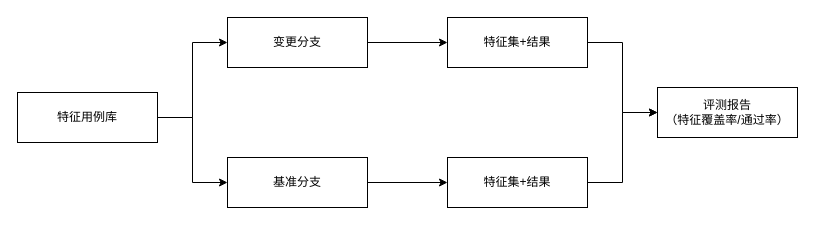
Before: 结果评测.drawio in heyrry/draw.io, a draw.io diagram. Source tidied: cells renumbered, new cells numbered last; positions are measured from the earlier drawing's top-left corner, leaving out a move shared by most shapes. Both pictures are drawn from the tidied source at 100%, with x=0, y=0 at pixel (17, 17).
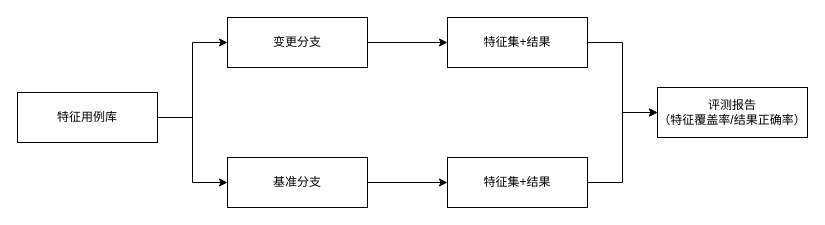
Above is the later version.

Commit message:
更新结果评测.drawio

The edit, as a diff of the source:
```diff
@@
 <mxGraphModel>
   <root>
     <mxCell id="0" />
     <mxCell id="1" parent="0" />
     <mxCell id="2" style="edgeStyle=orthogonalEdgeStyle;rounded=0;jettySize=auto;html=1;exitX=1;exitY=0.5;exitDx=0;exitDy=0;entryX=0;entryY=0.5;entryDx=0;entryDy=0;" parent="1" edge="1" source="3" target="10">
       <mxGeometry relative="1" as="geometry" />
     </mxCell>
     <mxCell id="3" value="变更分支" style="rounded=0;whiteSpace=wrap;html=1;fillColor=none;" parent="1" vertex="1">
       <mxGeometry x="210" width="140" height="50" as="geometry" />
     </mxCell>
     <mxCell id="4" style="edgeStyle=orthogonalEdgeStyle;rounded=0;jettySize=auto;html=1;exitX=1;exitY=0.5;exitDx=0;exitDy=0;entryX=0;entryY=0.5;entryDx=0;entryDy=0;" parent="1" edge="1" source="5" target="12">
       <mxGeometry relative="1" as="geometry" />
     </mxCell>
     <mxCell id="5" value="基准分支" style="rounded=0;whiteSpace=wrap;html=1;fillColor=none;" parent="1" vertex="1">
       <mxGeometry x="210" y="140" width="140" height="50" as="geometry" />
     </mxCell>
     <mxCell id="6" style="edgeStyle=orthogonalEdgeStyle;rounded=0;jettySize=auto;html=1;exitX=1;exitY=0.5;exitDx=0;exitDy=0;entryX=0;entryY=0.5;entryDx=0;entryDy=0;" parent="1" edge="1" source="8" target="3">
       <mxGeometry relative="1" as="geometry" />
     </mxCell>
     <mxCell id="7" style="edgeStyle=orthogonalEdgeStyle;rounded=0;jettySize=auto;html=1;exitX=1;exitY=0.5;exitDx=0;exitDy=0;entryX=0;entryY=0.5;entryDx=0;entryDy=0;" parent="1" edge="1" source="8" target="5">
       <mxGeometry relative="1" as="geometry" />
     </mxCell>
     <mxCell id="8" value="特征用例库" style="rounded=0;whiteSpace=wrap;html=1;fillColor=none;" parent="1" vertex="1">
       <mxGeometry y="75" width="140" height="50" as="geometry" />
     </mxCell>
     <mxCell id="9" style="edgeStyle=orthogonalEdgeStyle;rounded=0;jettySize=auto;html=1;exitX=1;exitY=0.5;exitDx=0;exitDy=0;entryX=0;entryY=0.5;entryDx=0;entryDy=0;" parent="1" edge="1" source="10" target="13">
       <mxGeometry relative="1" as="geometry" />
     </mxCell>
     <mxCell id="10" value="特征集+结果" style="rounded=0;whiteSpace=wrap;html=1;fillColor=none;" parent="1" vertex="1">
       <mxGeometry x="430" width="140" height="50" as="geometry" />
     </mxCell>
     <mxCell id="11" style="edgeStyle=orthogonalEdgeStyle;rounded=0;jettySize=auto;html=1;exitX=1;exitY=0.5;exitDx=0;exitDy=0;entryX=0;entryY=0.5;entryDx=0;entryDy=0;" parent="1" edge="1" source="12" target="13">
       <mxGeometry relative="1" as="geometry" />
     </mxCell>
     <mxCell id="12" value="特征集+结果" style="rounded=0;whiteSpace=wrap;html=1;fillColor=none;" parent="1" vertex="1">
       <mxGeometry x="430" y="140" width="140" height="50" as="geometry" />
     </mxCell>
-    <mxCell id="13" value="评测报告&lt;div&gt;（特征覆盖率/通过率）&lt;/div&gt;" style="rounded=0;whiteSpace=wrap;html=1;fillColor=none;" parent="1" vertex="1">
-      <mxGeometry x="640" y="70" width="140" height="50" as="geometry" />
+    <mxCell id="13" value="评测报告&lt;div&gt;（特征覆盖率/结果正确率）&lt;/div&gt;" style="rounded=0;whiteSpace=wrap;html=1;fillColor=none;" parent="1" vertex="1">
+      <mxGeometry x="640" y="70" width="150" height="50" as="geometry" />
     </mxCell>
   </root>
 </mxGraphModel>
```
